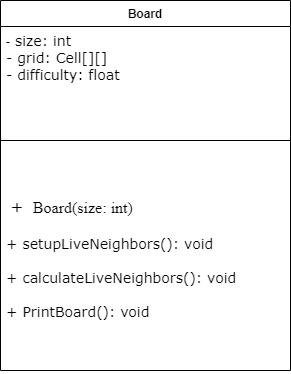
omniV1/250 keeps this draw.io diagram as Milestone/UML-diagrams/CST-250-Board-class.drawio .png. Above is the earlier version. Source tidied: cells renumbered, new cells last; positions are measured from the earlier drawing's top-left corner, leaving out a move shared by most shapes.
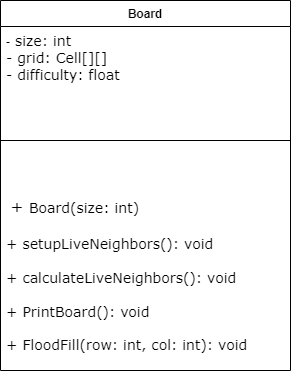
The same diagram one commit later.

The edit, as a diff of the source:
```diff
@@ -11,7 +11,7 @@
     <mxCell id="4" style="line;strokeWidth=1;fillColor=none;align=left;verticalAlign=middle;spacingTop=-1;spacingLeft=3;spacingRight=3;labelPosition=right;strokeColor=inherit;" parent="2" vertex="1">
       <mxGeometry y="90" width="290" height="100" as="geometry" />
     </mxCell>
-    <mxCell id="5" value="&lt;span style=&quot;border-color: var(--border-color); font-size: 16px;&quot;&gt;&lt;span style=&quot;font-size: 15px;&quot;&gt;&amp;nbsp;&lt;/span&gt;&lt;font style=&quot;font-size: 16px;&quot; face=&quot;Verdana&quot;&gt;+&amp;nbsp;&lt;/font&gt;&lt;/span&gt;&lt;span style=&quot;border-color: var(--border-color); font-size: 16px;&quot;&gt;&lt;font style=&quot;font-size: 16px;&quot; face=&quot;mkHSEQJQzu3Jpc6B9oYf&quot;&gt;&amp;nbsp;Board(size: int)&lt;/font&gt;&lt;br&gt;&lt;br style=&quot;border-color: var(--border-color);&quot;&gt;&lt;/span&gt;&lt;span style=&quot;border: 0px solid rgb(217, 217, 227); font-family: Verdana; box-sizing: border-box; --tw-border-spacing-x: 0; --tw-border-spacing-y: 0; --tw-translate-x: 0; --tw-translate-y: 0; --tw-rotate: 0; --tw-skew-x: 0; --tw-skew-y: 0; --tw-scale-x: 1; --tw-scale-y: 1; --tw-pan-x: ; --tw-pan-y: ; --tw-pinch-zoom: ; --tw-scroll-snap-strictness: proximity; --tw-gradient-from-position: ; --tw-gradient-via-position: ; --tw-gradient-to-position: ; --tw-ordinal: ; --tw-slashed-zero: ; --tw-numeric-figure: ; --tw-numeric-spacing: ; --tw-numeric-fraction: ; --tw-ring-inset: ; --tw-ring-offset-width: 0px; --tw-ring-offset-color: #fff; --tw-ring-color: rgba(69,89,164,.5); --tw-ring-offset-shadow: 0 0 transparent; --tw-ring-shadow: 0 0 transparent; --tw-shadow: 0 0 transparent; --tw-shadow-colored: 0 0 transparent; --tw-blur: ; --tw-brightness: ; --tw-contrast: ; --tw-grayscale: ; --tw-hue-rotate: ; --tw-invert: ; --tw-saturate: ; --tw-sepia: ; --tw-drop-shadow: ; --tw-backdrop-blur: ; --tw-backdrop-brightness: ; --tw-backdrop-contrast: ; --tw-backdrop-grayscale: ; --tw-backdrop-hue-rotate: ; --tw-backdrop-invert: ; --tw-backdrop-opacity: ; --tw-backdrop-saturate: ; --tw-backdrop-sepia: ; font-size: 14px;&quot; class=&quot;hljs-bullet&quot;&gt;+&lt;/span&gt;&lt;span style=&quot;border-color: var(--border-color); font-family: Verdana; font-size: 14px;&quot;&gt;&amp;nbsp;setupLiveNeighbors(): void&lt;br&gt;&lt;br style=&quot;border-color: var(--border-color);&quot;&gt;&lt;/span&gt;&lt;span style=&quot;border: 0px solid rgb(217, 217, 227); font-family: Verdana; box-sizing: border-box; --tw-border-spacing-x: 0; --tw-border-spacing-y: 0; --tw-translate-x: 0; --tw-translate-y: 0; --tw-rotate: 0; --tw-skew-x: 0; --tw-skew-y: 0; --tw-scale-x: 1; --tw-scale-y: 1; --tw-pan-x: ; --tw-pan-y: ; --tw-pinch-zoom: ; --tw-scroll-snap-strictness: proximity; --tw-gradient-from-position: ; --tw-gradient-via-position: ; --tw-gradient-to-position: ; --tw-ordinal: ; --tw-slashed-zero: ; --tw-numeric-figure: ; --tw-numeric-spacing: ; --tw-numeric-fraction: ; --tw-ring-inset: ; --tw-ring-offset-width: 0px; --tw-ring-offset-color: #fff; --tw-ring-color: rgba(69,89,164,.5); --tw-ring-offset-shadow: 0 0 transparent; --tw-ring-shadow: 0 0 transparent; --tw-shadow: 0 0 transparent; --tw-shadow-colored: 0 0 transparent; --tw-blur: ; --tw-brightness: ; --tw-contrast: ; --tw-grayscale: ; --tw-hue-rotate: ; --tw-invert: ; --tw-saturate: ; --tw-sepia: ; --tw-drop-shadow: ; --tw-backdrop-blur: ; --tw-backdrop-brightness: ; --tw-backdrop-contrast: ; --tw-backdrop-grayscale: ; --tw-backdrop-hue-rotate: ; --tw-backdrop-invert: ; --tw-backdrop-opacity: ; --tw-backdrop-saturate: ; --tw-backdrop-sepia: ; font-size: 14px;&quot; class=&quot;hljs-bullet&quot;&gt;+&lt;/span&gt;&lt;span style=&quot;border-color: var(--border-color); font-family: Verdana; font-size: 14px;&quot;&gt;&amp;nbsp;calculateLiveNeighbors(): void&lt;br&gt;&lt;br&gt;+ PrintBoard(): void&lt;br&gt;&lt;/span&gt;" style="text;strokeColor=none;fillColor=none;align=left;verticalAlign=top;spacingLeft=4;spacingRight=4;overflow=hidden;whiteSpace=wrap;html=1;" parent="2" vertex="1">
+    <mxCell id="5" value="&lt;span style=&quot;border-color: var(--border-color);&quot;&gt;&lt;span style=&quot;font-size: 15px;&quot;&gt;&amp;nbsp;&lt;/span&gt;&lt;font style=&quot;font-size: 16px;&quot; face=&quot;Verdana&quot;&gt;+ &lt;/font&gt;&lt;font face=&quot;Verdana&quot; style=&quot;font-size: 14px;&quot;&gt;Board(size: int)&lt;/font&gt;&lt;/span&gt;&lt;span style=&quot;border-color: var(--border-color); font-size: 16px;&quot;&gt;&lt;br&gt;&lt;br style=&quot;border-color: var(--border-color);&quot;&gt;&lt;/span&gt;&lt;span style=&quot;border: 0px solid rgb(217, 217, 227); font-family: Verdana; box-sizing: border-box; --tw-border-spacing-x: 0; --tw-border-spacing-y: 0; --tw-translate-x: 0; --tw-translate-y: 0; --tw-rotate: 0; --tw-skew-x: 0; --tw-skew-y: 0; --tw-scale-x: 1; --tw-scale-y: 1; --tw-pan-x: ; --tw-pan-y: ; --tw-pinch-zoom: ; --tw-scroll-snap-strictness: proximity; --tw-gradient-from-position: ; --tw-gradient-via-position: ; --tw-gradient-to-position: ; --tw-ordinal: ; --tw-slashed-zero: ; --tw-numeric-figure: ; --tw-numeric-spacing: ; --tw-numeric-fraction: ; --tw-ring-inset: ; --tw-ring-offset-width: 0px; --tw-ring-offset-color: #fff; --tw-ring-color: rgba(69,89,164,.5); --tw-ring-offset-shadow: 0 0 transparent; --tw-ring-shadow: 0 0 transparent; --tw-shadow: 0 0 transparent; --tw-shadow-colored: 0 0 transparent; --tw-blur: ; --tw-brightness: ; --tw-contrast: ; --tw-grayscale: ; --tw-hue-rotate: ; --tw-invert: ; --tw-saturate: ; --tw-sepia: ; --tw-drop-shadow: ; --tw-backdrop-blur: ; --tw-backdrop-brightness: ; --tw-backdrop-contrast: ; --tw-backdrop-grayscale: ; --tw-backdrop-hue-rotate: ; --tw-backdrop-invert: ; --tw-backdrop-opacity: ; --tw-backdrop-saturate: ; --tw-backdrop-sepia: ; font-size: 14px;&quot; class=&quot;hljs-bullet&quot;&gt;+&lt;/span&gt;&lt;span style=&quot;border-color: var(--border-color); font-family: Verdana; font-size: 14px;&quot;&gt;&amp;nbsp;setupLiveNeighbors(): void&lt;br&gt;&lt;br style=&quot;border-color: var(--border-color);&quot;&gt;&lt;/span&gt;&lt;span style=&quot;border: 0px solid rgb(217, 217, 227); font-family: Verdana; box-sizing: border-box; --tw-border-spacing-x: 0; --tw-border-spacing-y: 0; --tw-translate-x: 0; --tw-translate-y: 0; --tw-rotate: 0; --tw-skew-x: 0; --tw-skew-y: 0; --tw-scale-x: 1; --tw-scale-y: 1; --tw-pan-x: ; --tw-pan-y: ; --tw-pinch-zoom: ; --tw-scroll-snap-strictness: proximity; --tw-gradient-from-position: ; --tw-gradient-via-position: ; --tw-gradient-to-position: ; --tw-ordinal: ; --tw-slashed-zero: ; --tw-numeric-figure: ; --tw-numeric-spacing: ; --tw-numeric-fraction: ; --tw-ring-inset: ; --tw-ring-offset-width: 0px; --tw-ring-offset-color: #fff; --tw-ring-color: rgba(69,89,164,.5); --tw-ring-offset-shadow: 0 0 transparent; --tw-ring-shadow: 0 0 transparent; --tw-shadow: 0 0 transparent; --tw-shadow-colored: 0 0 transparent; --tw-blur: ; --tw-brightness: ; --tw-contrast: ; --tw-grayscale: ; --tw-hue-rotate: ; --tw-invert: ; --tw-saturate: ; --tw-sepia: ; --tw-drop-shadow: ; --tw-backdrop-blur: ; --tw-backdrop-brightness: ; --tw-backdrop-contrast: ; --tw-backdrop-grayscale: ; --tw-backdrop-hue-rotate: ; --tw-backdrop-invert: ; --tw-backdrop-opacity: ; --tw-backdrop-saturate: ; --tw-backdrop-sepia: ; font-size: 14px;&quot; class=&quot;hljs-bullet&quot;&gt;+&lt;/span&gt;&lt;span style=&quot;border-color: var(--border-color); font-family: Verdana; font-size: 14px;&quot;&gt;&amp;nbsp;calculateLiveNeighbors(): void&lt;br&gt;&lt;br&gt;+ PrintBoard(): void&lt;br&gt;&lt;/span&gt;&lt;div&gt;&lt;span style=&quot;border-color: var(--border-color); font-family: Verdana; font-size: 14px;&quot;&gt;&lt;br&gt;&lt;/span&gt;&lt;/div&gt;&lt;div&gt;&lt;font face=&quot;Verdana&quot;&gt;&lt;span style=&quot;font-size: 14px;&quot;&gt;+ FloodFill(row: int, col: int): void&lt;/span&gt;&lt;/font&gt;&lt;/div&gt;" style="text;strokeColor=none;fillColor=none;align=left;verticalAlign=top;spacingLeft=4;spacingRight=4;overflow=hidden;whiteSpace=wrap;html=1;" parent="2" vertex="1">
       <mxGeometry y="190" width="290" height="180" as="geometry" />
     </mxCell>
   </root>
```
